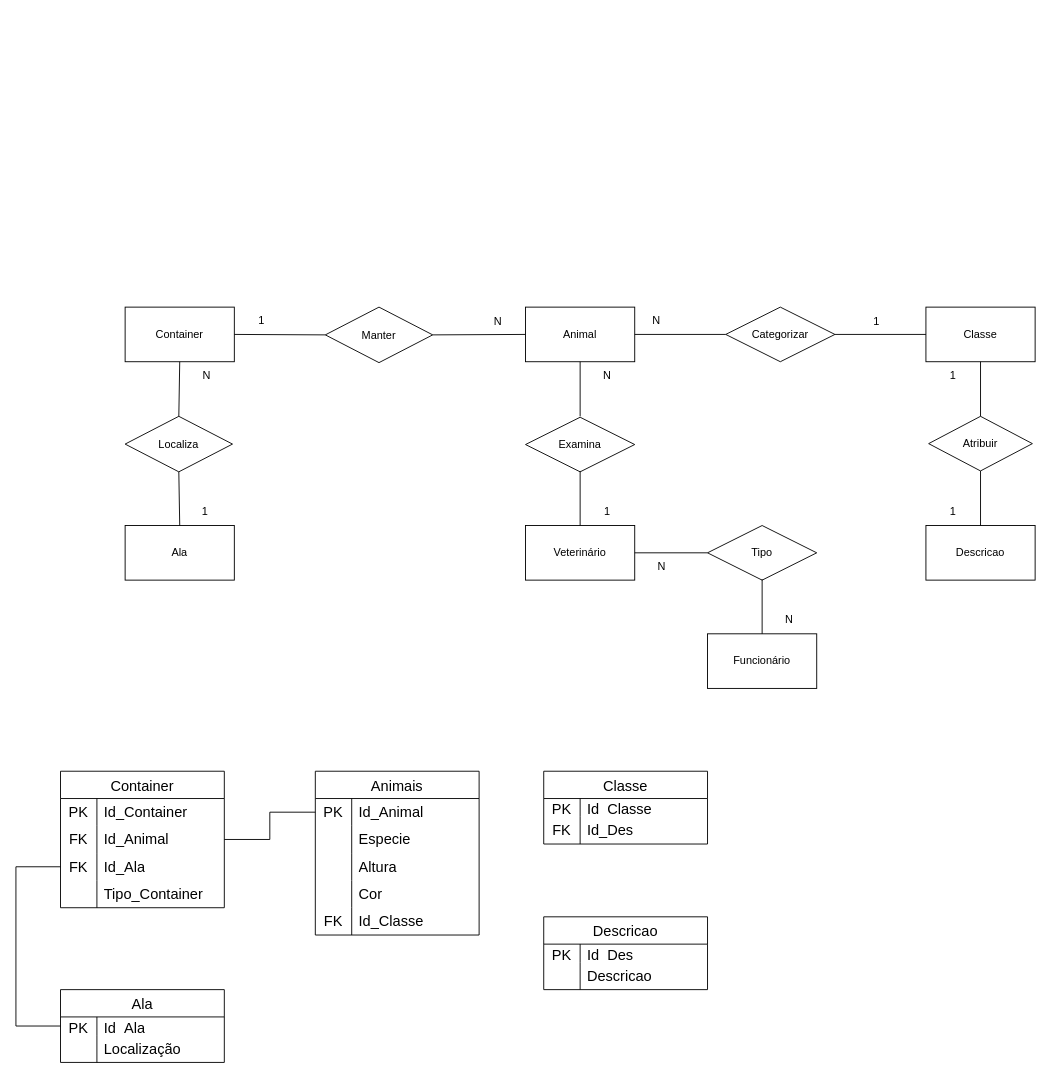
Before: ETEC/DB/Atvs/Diagrama sem nome.drawio in Endrigogustavo/2Ano-ETEC, a draw.io diagram. Source tidied: cells renumbered, new cells numbered last; positions are measured from the earlier drawing's top-left corner, leaving out a move shared by most shapes. Both pictures are drawn from the tidied source at 91%, with x=0, y=0 at pixel (15, 307).
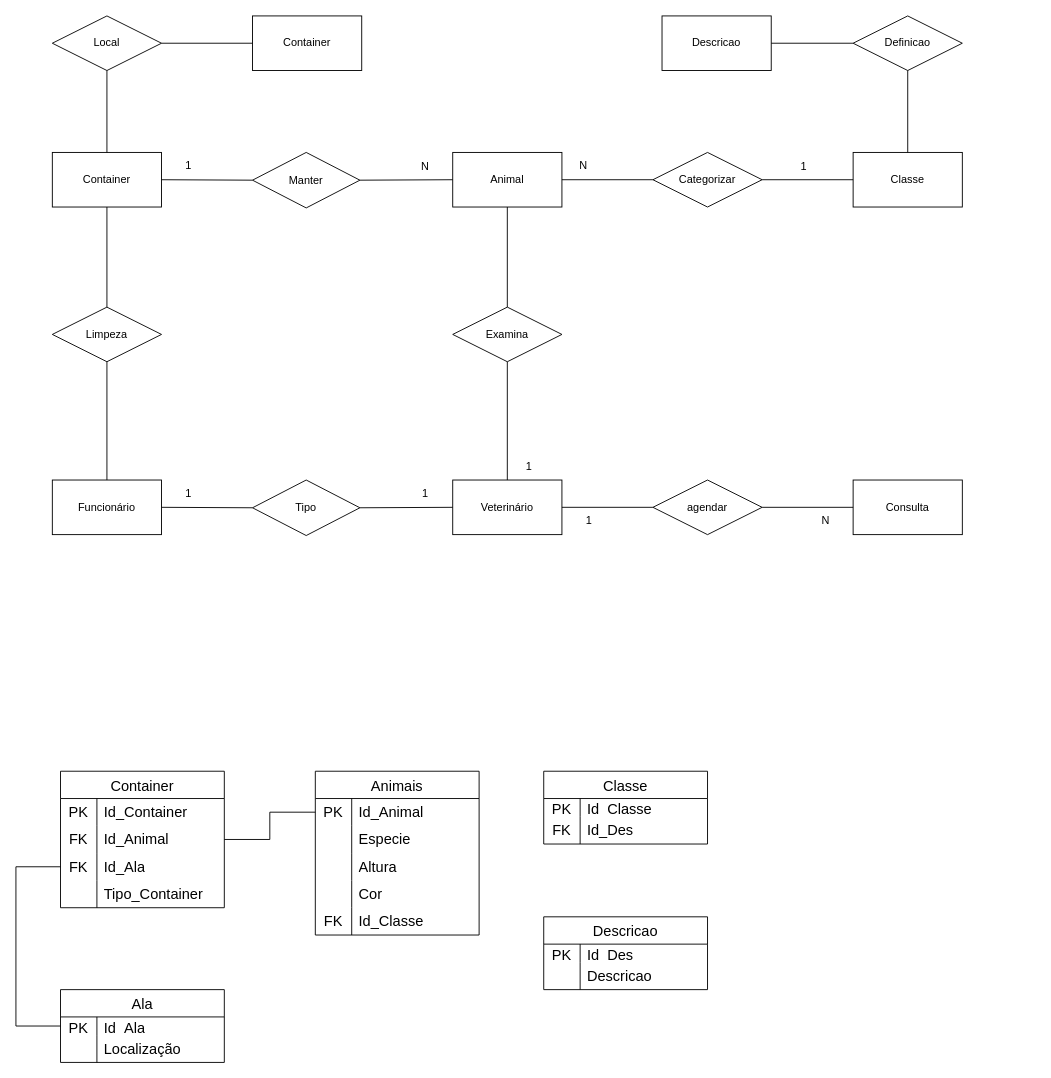
The same page after the edit.

The edit, as a diff of the source:
```diff
@@
     <mxCell id="2" value="Categorizar" style="rhombus;whiteSpace=wrap;html=1;" parent="1" vertex="1">
-      <mxGeometry x="780" width="120" height="60" as="geometry" />
+      <mxGeometry x="700" y="-170" width="120" height="60" as="geometry" />
     </mxCell>
     <mxCell id="3" value="Classe" style="rounded=0;whiteSpace=wrap;html=1;" parent="1" vertex="1">
-      <mxGeometry x="1000" width="120" height="60" as="geometry" />
+      <mxGeometry x="920" y="-170" width="120" height="60" as="geometry" />
     </mxCell>
@@
     <mxCell id="5" value="Animal" style="rounded=0;whiteSpace=wrap;html=1;" parent="1" vertex="1">
-      <mxGeometry x="560" width="120" height="60" as="geometry" />
+      <mxGeometry x="480" y="-170" width="120" height="60" as="geometry" />
     </mxCell>
     <mxCell id="6" style="endArrow=none;html=1;rounded=0;" parent="1" edge="1" source="5">
       <mxGeometry relative="1" as="geometry">
-        <mxPoint x="780" y="30" as="targetPoint" />
+        <mxPoint x="700" y="-140" as="targetPoint" />
       </mxGeometry>
     </mxCell>
-    <mxCell id="7" value="Descricao" style="rounded=0;whiteSpace=wrap;html=1;" parent="1" vertex="1">
-      <mxGeometry x="1000" y="240" width="120" height="60" as="geometry" />
-    </mxCell>
-    <mxCell id="8" value="Atribuir" style="rhombus;whiteSpace=wrap;html=1;" parent="1" vertex="1">
-      <mxGeometry x="1003" y="120" width="114" height="60" as="geometry" />
-    </mxCell>
     <mxCell id="9" value="N" style="text;html=1;strokeColor=none;fillColor=none;align=center;verticalAlign=middle;whiteSpace=wrap;rounded=0;" parent="1" vertex="1">
-      <mxGeometry x="674" width="60" height="30" as="geometry" />
+      <mxGeometry x="594" y="-170" width="60" height="30" as="geometry" />
     </mxCell>
     <mxCell id="10" value="1" style="text;html=1;strokeColor=none;fillColor=none;align=center;verticalAlign=middle;whiteSpace=wrap;rounded=0;" parent="1" vertex="1">
-      <mxGeometry x="916" y="1" width="60" height="30" as="geometry" />
+      <mxGeometry x="836" y="-169" width="60" height="30" as="geometry" />
     </mxCell>
-    <mxCell id="11" style="endArrow=none;html=1;rounded=0;entryX=0.5;entryY=1;entryDx=0;entryDy=0;exitX=0.5;exitY=0;exitDx=0;exitDy=0;" parent="1" edge="1" source="8" target="3">
-      <mxGeometry relative="1" as="geometry" />
-    </mxCell>
-    <mxCell id="12" style="endArrow=none;html=1;rounded=0;entryX=0.5;entryY=0;entryDx=0;entryDy=0;exitX=0.5;exitY=1;exitDx=0;exitDy=0;" parent="1" edge="1" source="8" target="7">
-      <mxGeometry relative="1" as="geometry" />
-    </mxCell>
-    <mxCell id="13" value="1" style="text;html=1;strokeColor=none;fillColor=none;align=center;verticalAlign=middle;whiteSpace=wrap;rounded=0;" parent="1" vertex="1">
-      <mxGeometry x="1000" y="60" width="60" height="30" as="geometry" />
-    </mxCell>
-    <mxCell id="14" value="1" style="text;html=1;strokeColor=none;fillColor=none;align=center;verticalAlign=middle;whiteSpace=wrap;rounded=0;" parent="1" vertex="1">
-      <mxGeometry x="1000" y="210" width="60" height="30" as="geometry" />
-    </mxCell>
     <mxCell id="15" value="Manter" style="rhombus;whiteSpace=wrap;html=1;" parent="1" vertex="1">
-      <mxGeometry x="340" width="118" height="61" as="geometry" />
+      <mxGeometry x="260" y="-170" width="118" height="61" as="geometry" />
     </mxCell>
     <mxCell id="16" value="Container" style="rounded=0;whiteSpace=wrap;html=1;" parent="1" vertex="1">
-      <mxGeometry x="120" width="120" height="60" as="geometry" />
+      <mxGeometry x="40" y="-170" width="120" height="60" as="geometry" />
     </mxCell>
@@
     <mxCell id="19" value="N" style="text;html=1;strokeColor=none;fillColor=none;align=center;verticalAlign=middle;whiteSpace=wrap;rounded=0;" parent="1" vertex="1">
-      <mxGeometry x="500" y="1" width="60" height="30" as="geometry" />
+      <mxGeometry x="420" y="-169" width="60" height="30" as="geometry" />
     </mxCell>
     <mxCell id="20" value="1" style="text;html=1;strokeColor=none;fillColor=none;align=center;verticalAlign=middle;whiteSpace=wrap;rounded=0;" parent="1" vertex="1">
-      <mxGeometry x="240" width="60" height="30" as="geometry" />
+      <mxGeometry x="160" y="-170" width="60" height="30" as="geometry" />
     </mxCell>
-    <mxCell id="21" value="Localiza" style="rhombus;whiteSpace=wrap;html=1;" parent="1" vertex="1">
-      <mxGeometry x="120" y="120" width="118" height="61" as="geometry" />
-    </mxCell>
-    <mxCell id="22" value="Ala" style="rounded=0;whiteSpace=wrap;html=1;" parent="1" vertex="1">
-      <mxGeometry x="120" y="240" width="120" height="60" as="geometry" />
-    </mxCell>
-    <mxCell id="23" style="endArrow=none;html=1;rounded=0;exitX=0.5;exitY=1;exitDx=0;exitDy=0;entryX=0.5;entryY=0;entryDx=0;entryDy=0;" parent="1" edge="1" source="16" target="21">
-      <mxGeometry relative="1" as="geometry" />
-    </mxCell>
-    <mxCell id="24" style="endArrow=none;html=1;rounded=0;exitX=0.5;exitY=1;exitDx=0;exitDy=0;entryX=0.5;entryY=0;entryDx=0;entryDy=0;" parent="1" edge="1" source="21" target="22">
-      <mxGeometry relative="1" as="geometry" />
-    </mxCell>
-    <mxCell id="25" value="1" style="text;html=1;strokeColor=none;fillColor=none;align=center;verticalAlign=middle;whiteSpace=wrap;rounded=0;" parent="1" vertex="1">
-      <mxGeometry x="178" y="210" width="60" height="30" as="geometry" />
-    </mxCell>
-    <mxCell id="26" value="N" style="text;html=1;strokeColor=none;fillColor=none;align=center;verticalAlign=middle;whiteSpace=wrap;rounded=0;" parent="1" vertex="1">
-      <mxGeometry x="180" y="61" width="60" height="30" as="geometry" />
-    </mxCell>
     <mxCell id="27" value="Veterinário" style="rounded=0;whiteSpace=wrap;html=1;" parent="1" vertex="1">
-      <mxGeometry x="560" y="240" width="120" height="60" as="geometry" />
+      <mxGeometry x="480" y="190" width="120" height="60" as="geometry" />
     </mxCell>
     <mxCell id="28" value="Examina" style="rhombus;whiteSpace=wrap;html=1;" parent="1" vertex="1">
-      <mxGeometry x="560" y="121" width="120" height="60" as="geometry" />
+      <mxGeometry x="480" width="120" height="60" as="geometry" />
     </mxCell>
-    <mxCell id="29" style="endArrow=none;html=1;rounded=0;exitX=0.5;exitY=1;exitDx=0;exitDy=0;" parent="1" edge="1" source="5">
-      <mxGeometry relative="1" as="geometry">
-        <mxPoint x="620" y="120" as="targetPoint" />
-      </mxGeometry>
-    </mxCell>
-    <mxCell id="30" style="endArrow=none;html=1;rounded=0;entryX=0.5;entryY=0;entryDx=0;entryDy=0;" parent="1" edge="1" target="27">
-      <mxGeometry relative="1" as="geometry">
-        <mxPoint x="620" y="180" as="sourcePoint" />
-      </mxGeometry>
+    <mxCell id="30" style="endArrow=none;html=1;rounded=0;entryX=0.5;entryY=0;entryDx=0;entryDy=0;exitX=0.5;exitY=1;exitDx=0;exitDy=0;" parent="1" edge="1" source="28" target="27">
+      <mxGeometry relative="1" as="geometry" />
     </mxCell>
     <mxCell id="31" value="Funcionário" style="rounded=0;whiteSpace=wrap;html=1;" parent="1" vertex="1">
-      <mxGeometry x="760" y="359" width="120" height="60" as="geometry" />
+      <mxGeometry x="40" y="190" width="120" height="60" as="geometry" />
     </mxCell>
-    <mxCell id="32" value="Tipo" style="rhombus;whiteSpace=wrap;html=1;" parent="1" vertex="1">
-      <mxGeometry x="760" y="240" width="120" height="60" as="geometry" />
+    <mxCell id="32" value="agendar" style="rhombus;whiteSpace=wrap;html=1;" parent="1" vertex="1">
+      <mxGeometry x="700" y="190" width="120" height="60" as="geometry" />
     </mxCell>
-    <mxCell id="33" style="endArrow=none;html=1;rounded=0;entryX=0.5;entryY=0;entryDx=0;entryDy=0;" parent="1" edge="1" target="31">
-      <mxGeometry relative="1" as="geometry">
-        <mxPoint x="820" y="299" as="sourcePoint" />
-      </mxGeometry>
-    </mxCell>
@@
     <mxCell id="35" value="1" style="text;html=1;strokeColor=none;fillColor=none;align=center;verticalAlign=middle;whiteSpace=wrap;rounded=0;" parent="1" vertex="1">
-      <mxGeometry x="620" y="210" width="60" height="30" as="geometry" />
+      <mxGeometry x="534" y="160" width="60" height="30" as="geometry" />
     </mxCell>
-    <mxCell id="36" value="N" style="text;html=1;strokeColor=none;fillColor=none;align=center;verticalAlign=middle;whiteSpace=wrap;rounded=0;" parent="1" vertex="1">
-      <mxGeometry x="620" y="61" width="60" height="30" as="geometry" />
-    </mxCell>
@@
-    <mxCell id="75" value="N" style="text;html=1;strokeColor=none;fillColor=none;align=center;verticalAlign=middle;whiteSpace=wrap;rounded=0;" parent="1" vertex="1">
-      <mxGeometry x="680" y="270" width="60" height="30" as="geometry" />
+    <mxCell id="75" value="1" style="text;html=1;strokeColor=none;fillColor=none;align=center;verticalAlign=middle;whiteSpace=wrap;rounded=0;" parent="1" vertex="1">
+      <mxGeometry x="600" y="220" width="60" height="30" as="geometry" />
     </mxCell>
-    <mxCell id="76" value="N" style="text;html=1;strokeColor=none;fillColor=none;align=center;verticalAlign=middle;whiteSpace=wrap;rounded=0;" parent="1" vertex="1">
-      <mxGeometry x="820" y="329" width="60" height="30" as="geometry" />
-    </mxCell>
@@
+    <mxCell id="91" value="Consulta" style="rounded=0;whiteSpace=wrap;html=1;" parent="1" vertex="1">
+      <mxGeometry x="920" y="190" width="120" height="60" as="geometry" />
+    </mxCell>
+    <mxCell id="92" style="endArrow=none;html=1;rounded=0;entryX=1;entryY=0.5;entryDx=0;entryDy=0;exitX=0;exitY=0.5;exitDx=0;exitDy=0;" parent="1" edge="1" source="91" target="32">
+      <mxGeometry relative="1" as="geometry" />
+    </mxCell>
+    <mxCell id="93" style="endArrow=none;html=1;rounded=0;exitX=0.5;exitY=1;exitDx=0;exitDy=0;" parent="1" edge="1" source="5" target="28">
+      <mxGeometry relative="1" as="geometry" />
+    </mxCell>
+    <mxCell id="94" value="N" style="text;html=1;strokeColor=none;fillColor=none;align=center;verticalAlign=middle;whiteSpace=wrap;rounded=0;" parent="1" vertex="1">
+      <mxGeometry x="860" y="220" width="60" height="30" as="geometry" />
+    </mxCell>
+    <mxCell id="95" value="Tipo" style="rhombus;whiteSpace=wrap;html=1;" parent="1" vertex="1">
+      <mxGeometry x="260" y="190" width="118" height="61" as="geometry" />
+    </mxCell>
+    <mxCell id="96" style="endArrow=none;html=1;rounded=0;exitX=1;exitY=0.5;exitDx=0;exitDy=0;entryX=0;entryY=0.5;entryDx=0;entryDy=0;" parent="1" edge="1" source="95" target="27">
+      <mxGeometry relative="1" as="geometry" />
+    </mxCell>
+    <mxCell id="97" style="endArrow=none;html=1;rounded=0;exitX=1;exitY=0.5;exitDx=0;exitDy=0;entryX=0;entryY=0.5;entryDx=0;entryDy=0;" parent="1" edge="1" source="31" target="95">
+      <mxGeometry relative="1" as="geometry" />
+    </mxCell>
+    <mxCell id="98" value="1" style="text;html=1;strokeColor=none;fillColor=none;align=center;verticalAlign=middle;whiteSpace=wrap;rounded=0;" parent="1" vertex="1">
+      <mxGeometry x="160" y="190" width="60" height="30" as="geometry" />
+    </mxCell>
+    <mxCell id="99" value="1" style="text;html=1;strokeColor=none;fillColor=none;align=center;verticalAlign=middle;whiteSpace=wrap;rounded=0;" parent="1" vertex="1">
+      <mxGeometry x="420" y="190" width="60" height="30" as="geometry" />
+    </mxCell>
+    <mxCell id="100" value="Limpeza" style="rhombus;whiteSpace=wrap;html=1;" parent="1" vertex="1">
+      <mxGeometry x="40" width="120" height="60" as="geometry" />
+    </mxCell>
+    <mxCell id="101" style="endArrow=none;html=1;rounded=0;entryX=0.5;entryY=0;entryDx=0;entryDy=0;exitX=0.5;exitY=1;exitDx=0;exitDy=0;" parent="1" edge="1" source="100" target="31">
+      <mxGeometry relative="1" as="geometry" />
+    </mxCell>
+    <mxCell id="102" style="endArrow=none;html=1;rounded=0;entryX=0.5;entryY=0;entryDx=0;entryDy=0;exitX=0.5;exitY=1;exitDx=0;exitDy=0;" parent="1" edge="1" source="16" target="100">
+      <mxGeometry relative="1" as="geometry" />
+    </mxCell>
+    <mxCell id="103" value="Container" style="rounded=0;whiteSpace=wrap;html=1;" parent="1" vertex="1">
+      <mxGeometry x="260" y="-320" width="120" height="60" as="geometry" />
+    </mxCell>
+    <mxCell id="104" value="Local" style="rhombus;whiteSpace=wrap;html=1;" parent="1" vertex="1">
+      <mxGeometry x="40" y="-320" width="120" height="60" as="geometry" />
+    </mxCell>
+    <mxCell id="105" style="endArrow=none;html=1;rounded=0;exitX=0.5;exitY=1;exitDx=0;exitDy=0;entryX=0.5;entryY=0;entryDx=0;entryDy=0;" parent="1" edge="1" source="104" target="16">
+      <mxGeometry relative="1" as="geometry" />
+    </mxCell>
+    <mxCell id="106" style="endArrow=none;html=1;rounded=0;exitX=0;exitY=0.5;exitDx=0;exitDy=0;entryX=1;entryY=0.5;entryDx=0;entryDy=0;" parent="1" edge="1" source="103" target="104">
+      <mxGeometry relative="1" as="geometry" />
+    </mxCell>
+    <mxCell id="7" value="Descricao" style="rounded=0;whiteSpace=wrap;html=1;" parent="1" vertex="1">
+      <mxGeometry x="710" y="-320" width="120" height="60" as="geometry" />
+    </mxCell>
+    <mxCell id="107" value="Definicao" style="rhombus;whiteSpace=wrap;html=1;" parent="1" vertex="1">
+      <mxGeometry x="920" y="-320" width="120" height="60" as="geometry" />
+    </mxCell>
+    <mxCell id="108" style="endArrow=none;html=1;rounded=0;exitX=0;exitY=0.5;exitDx=0;exitDy=0;entryX=1;entryY=0.5;entryDx=0;entryDy=0;" parent="1" edge="1" source="107" target="7">
+      <mxGeometry relative="1" as="geometry" />
+    </mxCell>
+    <mxCell id="109" style="endArrow=none;html=1;rounded=0;exitX=0.5;exitY=0;exitDx=0;exitDy=0;entryX=0.5;entryY=1;entryDx=0;entryDy=0;" parent="1" edge="1" source="3" target="107">
+      <mxGeometry relative="1" as="geometry" />
+    </mxCell>
```
